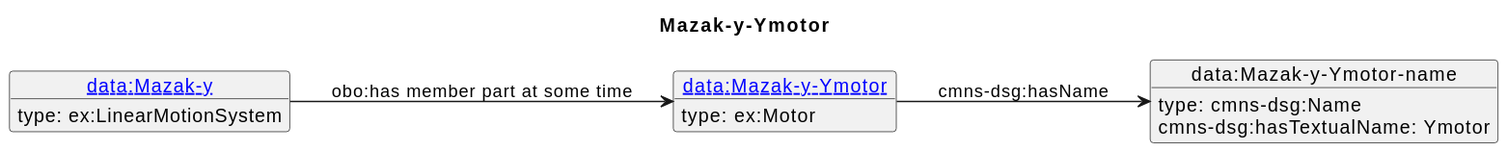
This is diagrams/Mazak-y-Ymotor.svg from iofoundry/example-syseng-mtconnect, a PlantUML export, as it was before one commit.
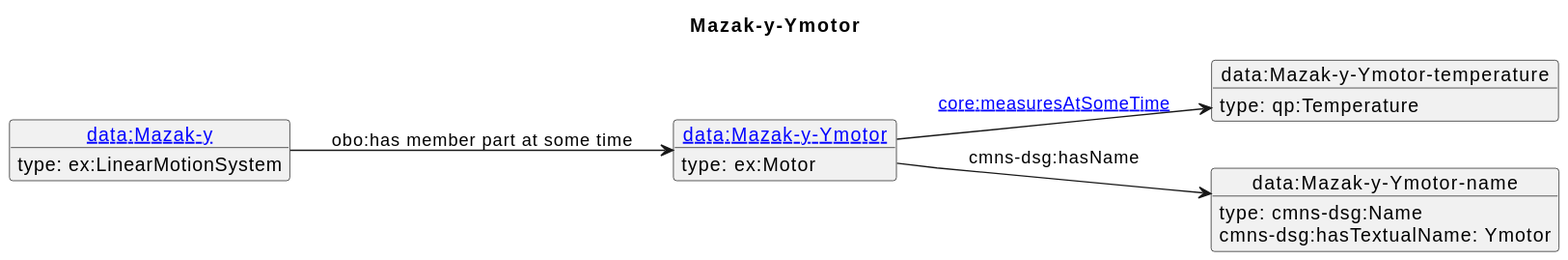
The same diagram one commit later.

What changed in the source:
```diff
@@ -5,13 +5,17 @@
 object "[[./Mazak-y-Ymotor.html data:Mazak-y-Ymotor]]" as o1 {
  type: ex:Motor
 }
-object "data:Mazak-y-Ymotor-name" as o2 {
+object "data:Mazak-y-Ymotor-temperature" as o2 {
+ type: qp:Temperature
+}
+object "data:Mazak-y-Ymotor-name" as o3 {
  type: cmns-dsg:Name
 }
-object "[[./Mazak-y.html data:Mazak-y]]" as o3 {
+object "[[./Mazak-y.html data:Mazak-y]]" as o4 {
  type: ex:LinearMotionSystem
 }
-o1 --> o2 : cmns-dsg:hasName
-o2 : cmns-dsg:hasTextualName: Ymotor
-o3 --> o1 : obo:has member part at some time
+o1 --> o2 : [[https://spec.industrialontologies.org/ontology/core/Core/measuresAtSomeTime core:measuresAtSomeTime]]
+o1 --> o3 : cmns-dsg:hasName
+o3 : cmns-dsg:hasTextualName: Ymotor
+o4 --> o1 : obo:has member part at some time
 @enduml
```
